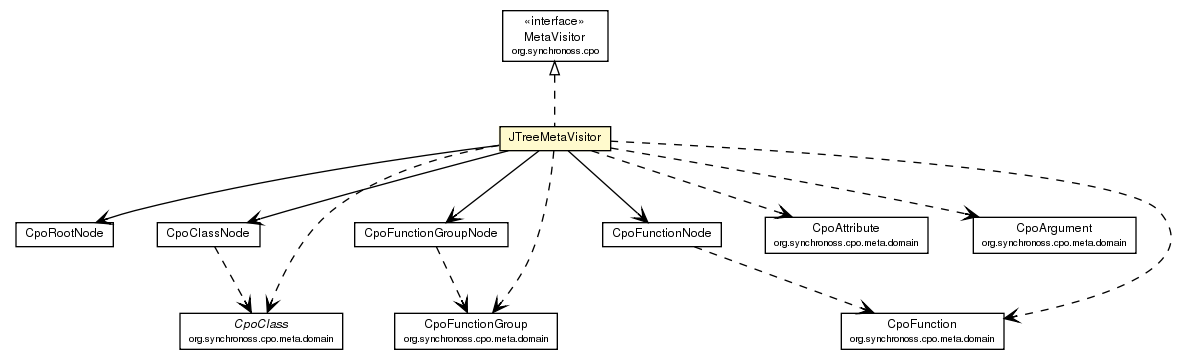
Before: site/apidocs/org/synchronoss/cpo/util/JTreeMetaVisitor.png, a diagram exported from Graphviz (synchronoss/cpo-util). Its source is kept beside it as site/apidocs/org/synchronoss/cpo/util/JTreeMetaVisitor.dot.
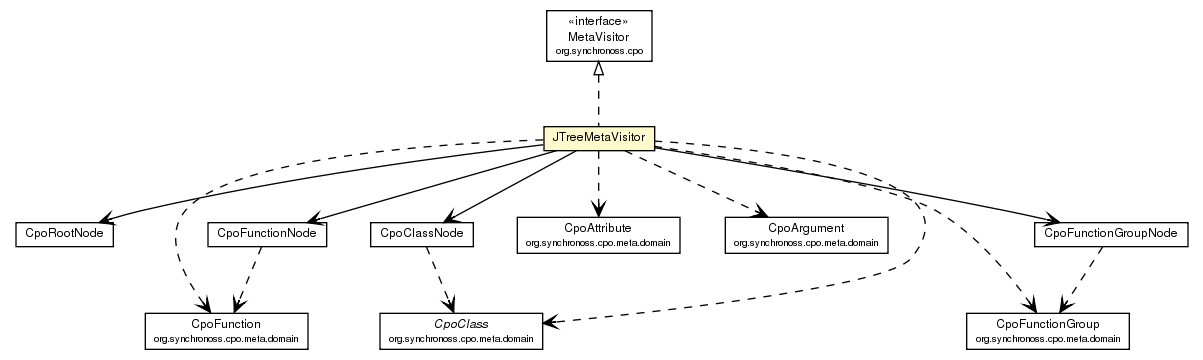
After the change.

What changed in the source:
```diff
@@ -32,39 +32,39 @@
 	c1707:p -> c1723:p [taillabel="", label="", headlabel="", fontname="Helvetica", fontcolor="black", fontsize=10.0, color="black", arrowhead=open];
 	c1707:p -> c1728:p [taillabel="", label="", headlabel="", fontname="Helvetica", fontcolor="black", fontsize=10.0, color="black", arrowhead=open];
 	c1707:p -> c1721:p [taillabel="", label="", headlabel="", fontname="Helvetica", fontcolor="black", fontsize=10.0, color="black", arrowhead=open];
+	c1707:p -> c1765:p [taillabel="", label="", headlabel="", fontname="Helvetica", fontcolor="black", fontsize=10.0, color="black", arrowhead=open, style=dashed];
 	c1707:p -> c1766:p [taillabel="", label="", headlabel="", fontname="Helvetica", fontcolor="black", fontsize=10.0, color="black", arrowhead=open, style=dashed];
 	c1707:p -> c1767:p [taillabel="", label="", headlabel="", fontname="Helvetica", fontcolor="black", fontsize=10.0, color="black", arrowhead=open, style=dashed];
-	c1707:p -> c1768:p [taillabel="", label="", headlabel="", fontname="Helvetica", fontcolor="black", fontsize=10.0, color="black", arrowhead=open, style=dashed];
 	c1707:p -> c1769:p [taillabel="", label="", headlabel="", fontname="Helvetica", fontcolor="black", fontsize=10.0, color="black", arrowhead=open, style=dashed];
 	c1707:p -> c1770:p [taillabel="", label="", headlabel="", fontname="Helvetica", fontcolor="black", fontsize=10.0, color="black", arrowhead=open, style=dashed];
-	c1721:p -> c1770:p [taillabel="", label="", headlabel="", fontname="Helvetica", fontcolor="black", fontsize=10.0, color="black", arrowhead=open, style=dashed];
-	c1723:p -> c1767:p [taillabel="", label="", headlabel="", fontname="Helvetica", fontcolor="black", fontsize=10.0, color="black", arrowhead=open, style=dashed];
-	c1728:p -> c1766:p [taillabel="", label="", headlabel="", fontname="Helvetica", fontcolor="black", fontsize=10.0, color="black", arrowhead=open, style=dashed];
-	c1767 [label=<<table border="0" cellborder="1" cellspacing="0" cellpadding="2" port="p" href="http://java.sun.com/j2se/1.4.2/docs/api/org/synchronoss/cpo/meta/domain/CpoClass.html">
+	c1721:p -> c1767:p [taillabel="", label="", headlabel="", fontname="Helvetica", fontcolor="black", fontsize=10.0, color="black", arrowhead=open, style=dashed];
+	c1723:p -> c1770:p [taillabel="", label="", headlabel="", fontname="Helvetica", fontcolor="black", fontsize=10.0, color="black", arrowhead=open, style=dashed];
+	c1728:p -> c1769:p [taillabel="", label="", headlabel="", fontname="Helvetica", fontcolor="black", fontsize=10.0, color="black", arrowhead=open, style=dashed];
+	c1770 [label=<<table border="0" cellborder="1" cellspacing="0" cellpadding="2" port="p" href="http://java.sun.com/j2se/1.4.2/docs/api/org/synchronoss/cpo/meta/domain/CpoClass.html">
 		<tr><td><table border="0" cellspacing="0" cellpadding="1">
 			<tr><td><font face="Helvetica-Oblique"> CpoClass </font></td></tr>
 			<tr><td><font point-size="7.0"> org.synchronoss.cpo.meta.domain </font></td></tr>
 		</table></td></tr>
 		</table>>, fontname="Helvetica", fontcolor="black", fontsize=9.0];
-	c1769 [label=<<table border="0" cellborder="1" cellspacing="0" cellpadding="2" port="p" href="http://java.sun.com/j2se/1.4.2/docs/api/org/synchronoss/cpo/meta/domain/CpoArgument.html">
+	c1766 [label=<<table border="0" cellborder="1" cellspacing="0" cellpadding="2" port="p" href="http://java.sun.com/j2se/1.4.2/docs/api/org/synchronoss/cpo/meta/domain/CpoArgument.html">
 		<tr><td><table border="0" cellspacing="0" cellpadding="1">
 			<tr><td> CpoArgument </td></tr>
 			<tr><td><font point-size="7.0"> org.synchronoss.cpo.meta.domain </font></td></tr>
 		</table></td></tr>
 		</table>>, fontname="Helvetica", fontcolor="black", fontsize=9.0];
-	c1768 [label=<<table border="0" cellborder="1" cellspacing="0" cellpadding="2" port="p" href="http://java.sun.com/j2se/1.4.2/docs/api/org/synchronoss/cpo/meta/domain/CpoAttribute.html">
+	c1765 [label=<<table border="0" cellborder="1" cellspacing="0" cellpadding="2" port="p" href="http://java.sun.com/j2se/1.4.2/docs/api/org/synchronoss/cpo/meta/domain/CpoAttribute.html">
 		<tr><td><table border="0" cellspacing="0" cellpadding="1">
 			<tr><td> CpoAttribute </td></tr>
 			<tr><td><font point-size="7.0"> org.synchronoss.cpo.meta.domain </font></td></tr>
 		</table></td></tr>
 		</table>>, fontname="Helvetica", fontcolor="black", fontsize=9.0];
-	c1770 [label=<<table border="0" cellborder="1" cellspacing="0" cellpadding="2" port="p" href="http://java.sun.com/j2se/1.4.2/docs/api/org/synchronoss/cpo/meta/domain/CpoFunction.html">
+	c1767 [label=<<table border="0" cellborder="1" cellspacing="0" cellpadding="2" port="p" href="http://java.sun.com/j2se/1.4.2/docs/api/org/synchronoss/cpo/meta/domain/CpoFunction.html">
 		<tr><td><table border="0" cellspacing="0" cellpadding="1">
 			<tr><td> CpoFunction </td></tr>
 			<tr><td><font point-size="7.0"> org.synchronoss.cpo.meta.domain </font></td></tr>
 		</table></td></tr>
 		</table>>, fontname="Helvetica", fontcolor="black", fontsize=9.0];
-	c1766 [label=<<table border="0" cellborder="1" cellspacing="0" cellpadding="2" port="p" href="http://java.sun.com/j2se/1.4.2/docs/api/org/synchronoss/cpo/meta/domain/CpoFunctionGroup.html">
+	c1769 [label=<<table border="0" cellborder="1" cellspacing="0" cellpadding="2" port="p" href="http://java.sun.com/j2se/1.4.2/docs/api/org/synchronoss/cpo/meta/domain/CpoFunctionGroup.html">
 		<tr><td><table border="0" cellspacing="0" cellpadding="1">
 			<tr><td> CpoFunctionGroup </td></tr>
 			<tr><td><font point-size="7.0"> org.synchronoss.cpo.meta.domain </font></td></tr>
```
